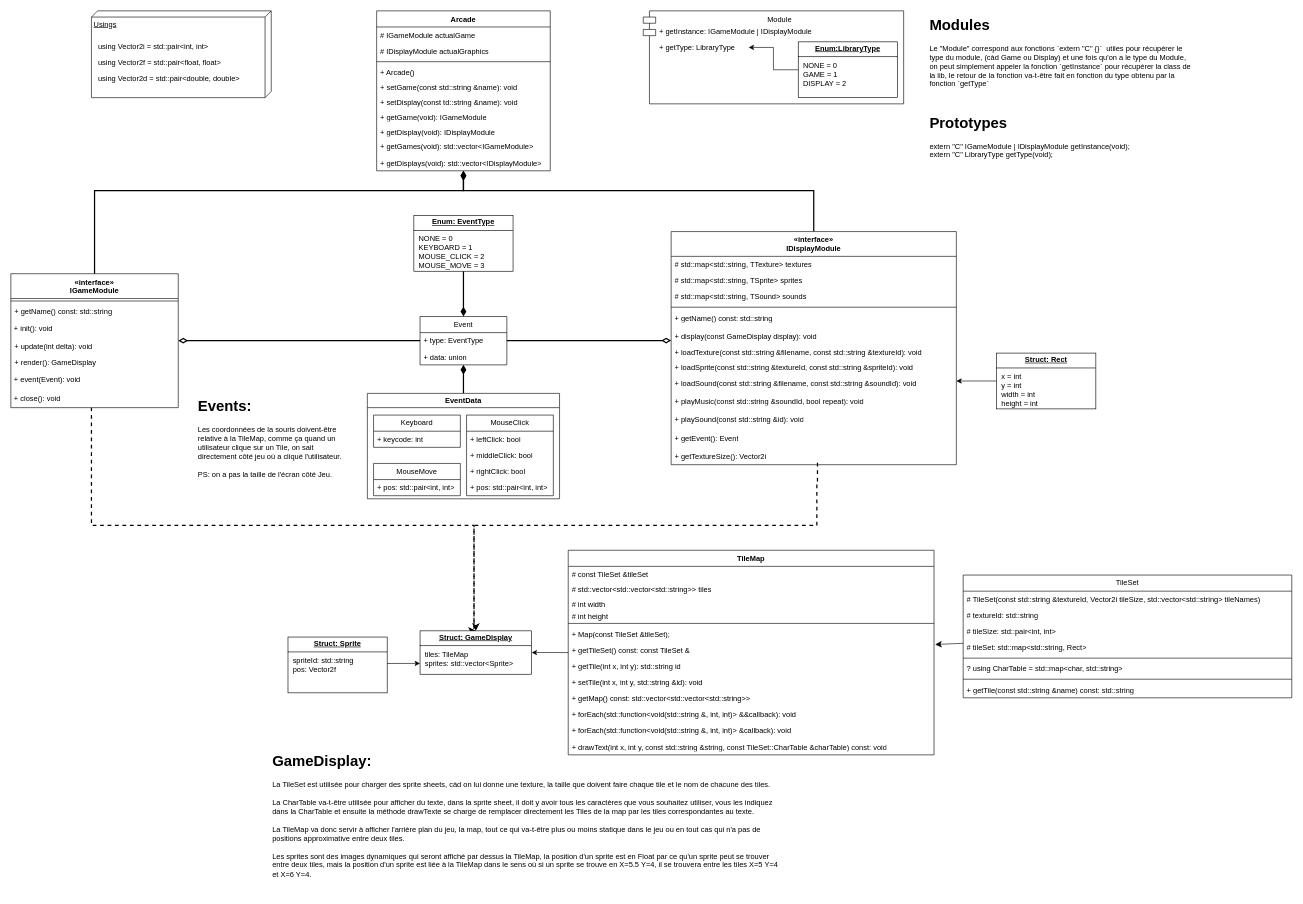
emaurel/UML keeps this draw.io diagram as Untitled Diagram.drawio. Above is the earlier version. Source tidied: cells renumbered, new cells numbered last; positions are measured from the earlier drawing's top-left corner, leaving out a move shared by most shapes. Both pictures are drawn from the tidied source at 62%, with x=0, y=0 at pixel (11, 11).
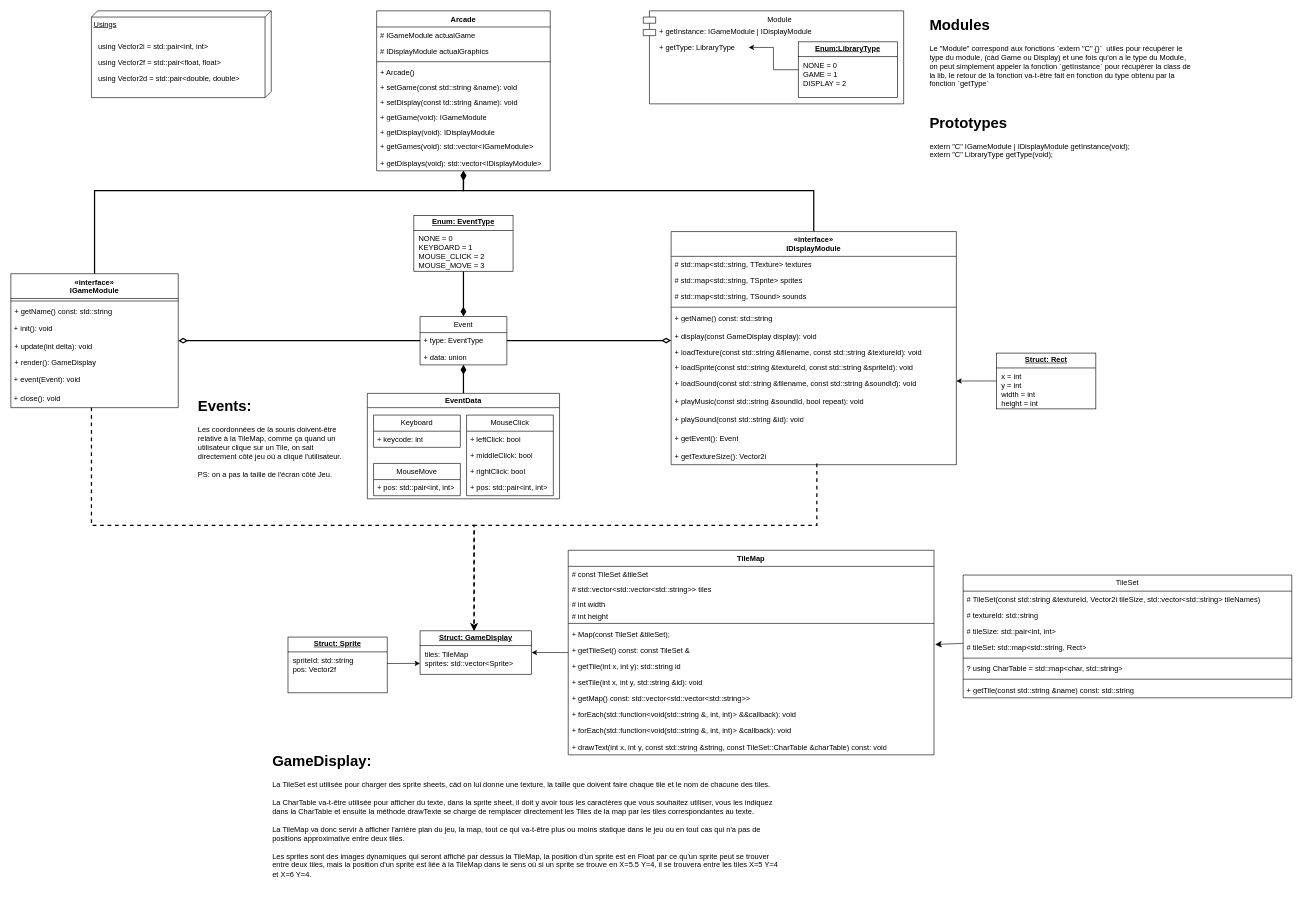
The same page after the edit.

Commit message:
Mettre à jour Untitled Diagram.drawio

Unchanged cells that the change refers to:
```xml
<mxCell id="97" value="&lt;p style=&quot;margin:0px;margin-top:4px;text-align:center;text-decoration:underline;&quot;&gt;&lt;b&gt;Struct: GameDisplay&lt;/b&gt;&lt;/p&gt;&lt;hr size=&quot;1&quot; style=&quot;border-style:solid;&quot;&gt;&lt;p style=&quot;margin:0px;margin-left:8px;&quot;&gt;tiles: TileMap&lt;br&gt;sprites: std::vector&amp;lt;Sprite&amp;gt;&lt;/p&gt;" style="verticalAlign=top;align=left;overflow=fill;html=1;whiteSpace=wrap;" parent="1" vertex="1">
  <mxGeometry x="660" y="1000" width="180" height="70" as="geometry" />
</mxCell>
```

The edit, as a diff of the source:
```diff
@@
-    <mxCell id="69" style="edgeStyle=orthogonalEdgeStyle;rounded=0;jettySize=auto;html=1;dashed=1;strokeWidth=2;entryX=0.5;entryY=0;entryDx=0;entryDy=0;" parent="1" edge="1" target="97">
+    <mxCell id="69" style="edgeStyle=orthogonalEdgeStyle;rounded=0;jettySize=auto;html=1;dashed=1;strokeWidth=2;entryX=0.485;entryY=0;entryDx=0;entryDy=0;entryPerimeter=0;" parent="1" edge="1" target="97">
       <mxGeometry relative="1" as="geometry">
         <mxPoint x="1300" y="730" as="sourcePoint" />
         <Array as="points">
-          <mxPoint x="1301" y="760" />
-          <mxPoint x="1300" y="760" />
           <mxPoint x="1300" y="830" />
           <mxPoint x="747" y="830" />
-          <mxPoint x="747" y="1000" />
         </Array>
       </mxGeometry>
     </mxCell>
@@
-    <mxCell id="81" style="edgeStyle=orthogonalEdgeStyle;rounded=0;jettySize=auto;html=1;strokeWidth=2;dashed=1;entryX=0.5;entryY=0;entryDx=0;entryDy=0;" parent="1" edge="1" target="97">
+    <mxCell id="81" style="edgeStyle=orthogonalEdgeStyle;rounded=0;jettySize=auto;html=1;strokeWidth=2;dashed=1;" parent="1" edge="1" target="97">
       <mxGeometry relative="1" as="geometry">
         <mxPoint x="130" y="640" as="sourcePoint" />
         <Array as="points">
           <mxPoint x="130" y="830" />
           <mxPoint x="747" y="830" />
-          <mxPoint x="747" y="990" />
-          <mxPoint x="750" y="990" />
         </Array>
       </mxGeometry>
     </mxCell>
```
